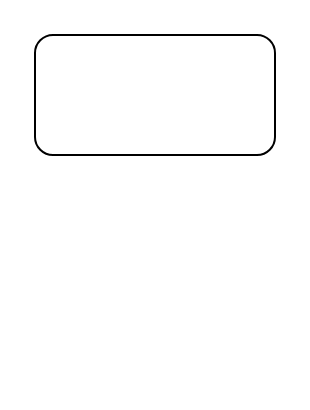
This is FFD/messages-and-tasks.drawio from DEFRA/ffc-diagrams, a draw.io file, before an edit. Source tidied: cells renumbered, new cells numbered last; positions are measured from the earlier drawing's top-left corner, leaving out a move shared by most shapes. Both pictures are drawn from the tidied source at 200%, with x=0, y=0 at pixel (34, 34).
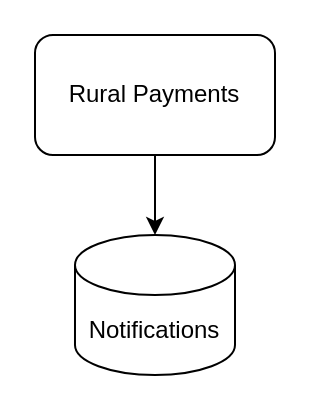
Above is the later version.

Diff of the diagram source:
```diff
@@
 <mxGraphModel>
   <root>
     <mxCell id="0" />
     <mxCell id="1" parent="0" />
-    <mxCell id="2" style="rounded=1;whiteSpace=wrap;html=1;" parent="1" vertex="1">
+    <mxCell id="2" value="Rural Payments" style="rounded=1;whiteSpace=wrap;html=1;verticalAlign=middle;" parent="1" vertex="1">
       <mxGeometry width="120" height="60" as="geometry" />
     </mxCell>
+    <mxCell id="3" value="Notifications" style="shape=cylinder3;whiteSpace=wrap;html=1;boundedLbl=1;backgroundOutline=1;size=15;" parent="1" vertex="1">
+      <mxGeometry x="20" y="100" width="80" height="70" as="geometry" />
+    </mxCell>
+    <mxCell id="4" style="edgeStyle=orthogonalEdgeStyle;rounded=0;jettySize=auto;html=1;entryX=0.5;entryY=0;entryDx=0;entryDy=0;entryPerimeter=0;" parent="1" edge="1" source="2" target="3">
+      <mxGeometry relative="1" as="geometry" />
+    </mxCell>
   </root>
 </mxGraphModel>
```
